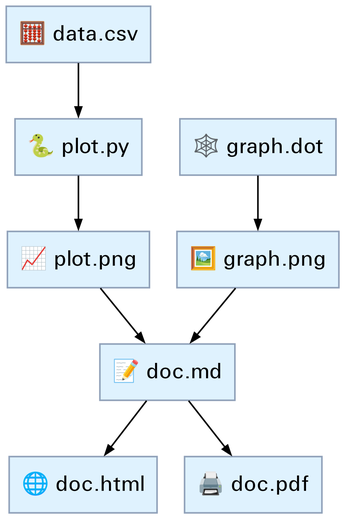
Above: assets/content/some-data-should-be-code/graph.png in eudoxia0/eudoxia0.github.io (Graphviz), before the change. Its source is kept beside it as assets/content/some-data-should-be-code/graph.dot.
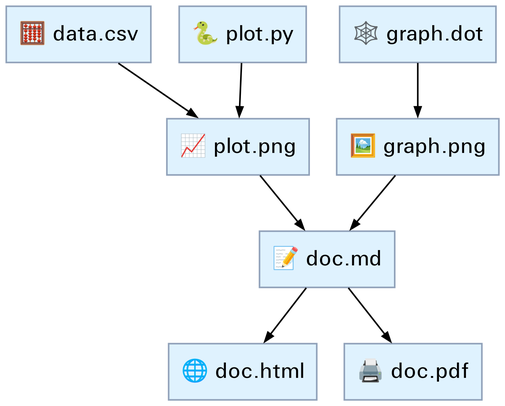
Later version of the same file.

What changed in the source:
```diff
@@ -22,6 +22,7 @@
 
   md -> html
   md -> pdf
-  data -> py -> plot -> md
+  data -> plot -> md
+  py -> plot
   dot -> graph_ -> md
 }
```
